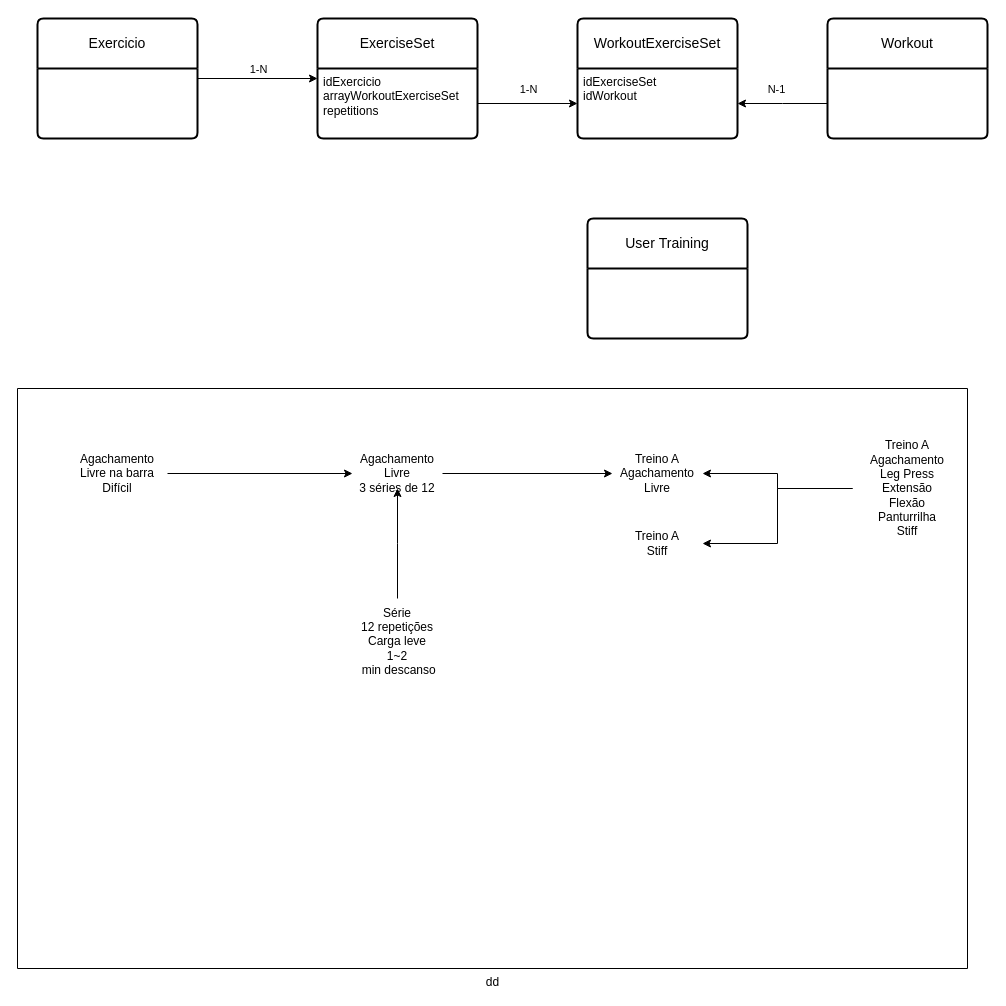
This is er/workouts.drawio from r3soares/akd, a draw.io file, before an edit. Source tidied: cells renumbered, new cells numbered last; positions are measured from the earlier drawing's top-left corner, leaving out a move shared by most shapes. Both pictures are drawn from the tidied source at 100%, with x=0, y=0 at pixel (17, 18).
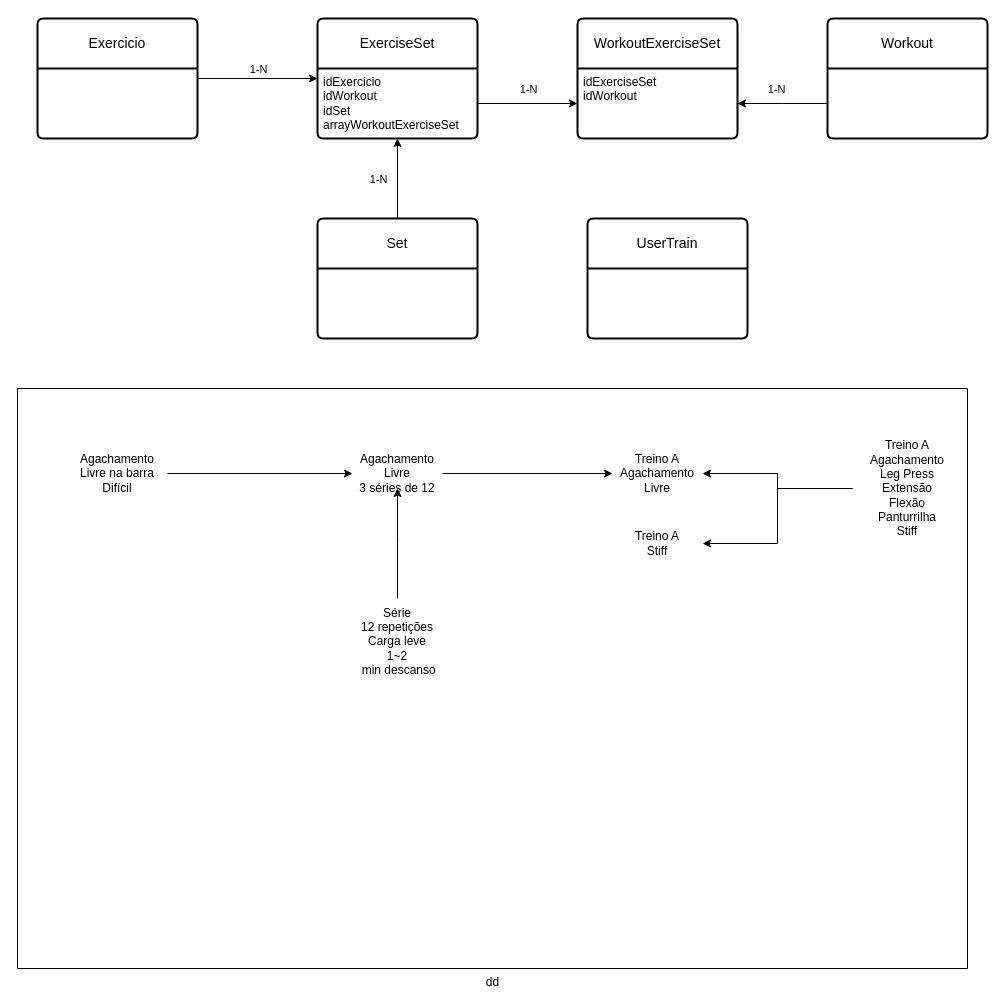
After the change.

What changed in the source:
```diff
@@
+    <mxCell id="27" style="edgeStyle=orthogonalEdgeStyle;rounded=0;jettySize=auto;html=1;endArrow=none;endFill=0;startArrow=classic;startFill=1;" parent="1" edge="1" source="5" target="29">
+      <mxGeometry relative="1" as="geometry" />
+    </mxCell>
+    <mxCell id="28" value="1-N" style="edgeLabel;html=1;align=center;verticalAlign=middle;" parent="27" vertex="1">
+      <mxGeometry x="-0.19" y="-4" relative="1" as="geometry">
+        <mxPoint x="-16" y="8" as="offset" />
+      </mxGeometry>
+    </mxCell>
-    <mxCell id="5" value="&lt;div&gt;&lt;span style=&quot;background-color: transparent; color: light-dark(rgb(0, 0, 0), rgb(255, 255, 255));&quot;&gt;Exercise&lt;/span&gt;&lt;span style=&quot;background-color: transparent; color: light-dark(rgb(0, 0, 0), rgb(255, 255, 255));&quot;&gt;Set&lt;/span&gt;&lt;/div&gt;" style="swimlane;horizontal=1;startSize=50;rounded=1;fontSize=14;fontStyle=0;strokeWidth=2;shadow=0;dashed=0;align=center;arcSize=4;whiteSpace=wrap;html=1;" parent="1" vertex="1">
+    <mxCell id="5" value="&lt;div&gt;&lt;span style=&quot;background-color: transparent; color: light-dark(rgb(0, 0, 0), rgb(255, 255, 255));&quot;&gt;ExerciseSet&lt;/span&gt;&lt;/div&gt;" style="swimlane;horizontal=1;startSize=50;rounded=1;fontSize=14;fontStyle=0;strokeWidth=2;shadow=0;dashed=0;align=center;arcSize=4;whiteSpace=wrap;html=1;" parent="1" vertex="1">
       <mxGeometry x="300" width="160" height="120" as="geometry" />
     </mxCell>
-    <mxCell id="6" value="idExercicio&lt;div&gt;arrayWork&lt;span style=&quot;background-color: transparent; color: light-dark(rgb(0, 0, 0), rgb(255, 255, 255));&quot;&gt;outExerciseSet&lt;/span&gt;&lt;/div&gt;&lt;div&gt;repetiti&lt;span style=&quot;background-color: transparent; color: light-dark(rgb(0, 0, 0), rgb(255, 255, 255));&quot;&gt;ons&lt;/span&gt;&lt;/div&gt;" style="align=left;strokeColor=none;fillColor=none;spacingLeft=4;spacingRight=4;fontSize=12;verticalAlign=top;html=1;whiteSpace=wrap;" parent="5" vertex="1">
+    <mxCell id="6" value="idExercicio&lt;div&gt;idWorkout&lt;/div&gt;&lt;div&gt;idSet&lt;/div&gt;&lt;div&gt;arrayWork&lt;span style=&quot;background-color: transparent; color: light-dark(rgb(0, 0, 0), rgb(255, 255, 255));&quot;&gt;outExerciseSet&lt;/span&gt;&lt;/div&gt;&lt;div&gt;&lt;br&gt;&lt;/div&gt;" style="align=left;strokeColor=none;fillColor=none;spacingLeft=4;spacingRight=4;fontSize=12;verticalAlign=top;html=1;whiteSpace=wrap;" parent="5" vertex="1">
       <mxGeometry y="50" width="160" height="70" as="geometry" />
     </mxCell>
+    <mxCell id="29" value="Set" style="swimlane;horizontal=1;startSize=50;rounded=1;fontSize=14;fontStyle=0;strokeWidth=2;shadow=0;dashed=0;align=center;arcSize=4;whiteSpace=wrap;html=1;" parent="1" vertex="1">
+      <mxGeometry x="300" y="200" width="160" height="120" as="geometry" />
+    </mxCell>
@@
-    <mxCell id="23" value="N-1" style="edgeLabel;html=1;align=center;verticalAlign=middle;" parent="1" vertex="1">
+    <mxCell id="23" value="1-N" style="edgeLabel;html=1;align=center;verticalAlign=middle;" parent="1" vertex="1">
       <mxGeometry x="750" y="80" as="geometry">
         <mxPoint x="8" y="-10" as="offset" />
       </mxGeometry>
     </mxCell>
@@
-    <mxCell id="26" value="User&amp;nbsp;&lt;span style=&quot;background-color: transparent; color: light-dark(rgb(0, 0, 0), rgb(255, 255, 255));&quot;&gt;Training&lt;/span&gt;" style="swimlane;horizontal=1;startSize=50;rounded=1;fontSize=14;fontStyle=0;strokeWidth=2;shadow=0;dashed=0;align=center;arcSize=4;whiteSpace=wrap;html=1;" parent="1" vertex="1">
+    <mxCell id="26" value="UserTrain" style="swimlane;horizontal=1;startSize=50;rounded=1;fontSize=14;fontStyle=0;strokeWidth=2;shadow=0;dashed=0;align=center;arcSize=4;whiteSpace=wrap;html=1;" parent="1" vertex="1">
       <mxGeometry x="570" y="200" width="160" height="120" as="geometry" />
     </mxCell>
```
